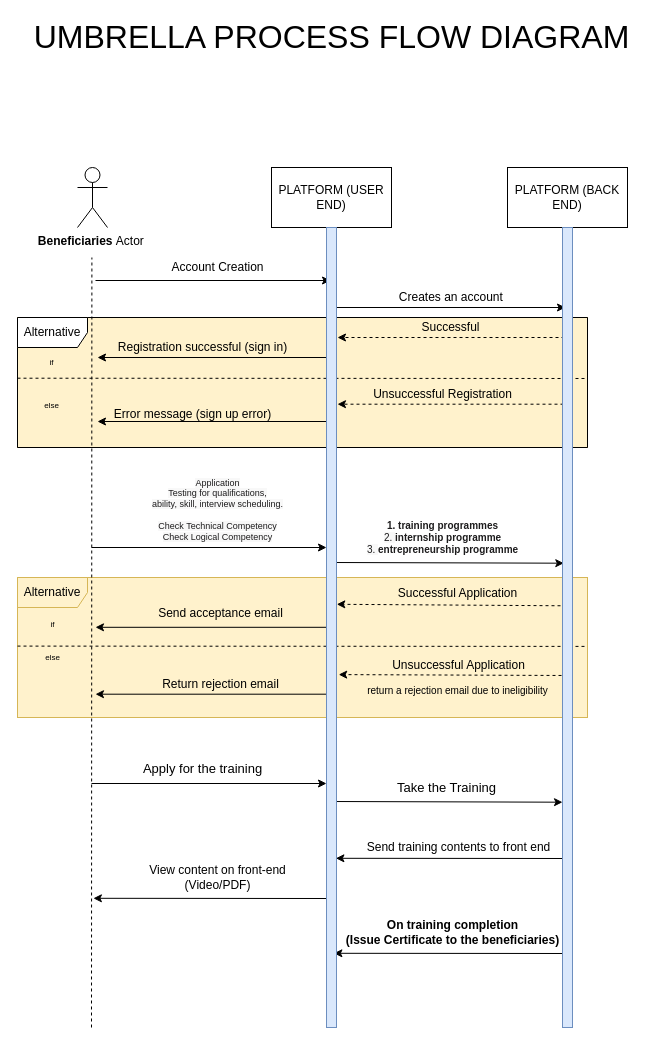
solomonmarvel97/umbrellacollab-front-end keeps this draw.io diagram as sequence_diagram.drawio. Above is the earlier version. Source tidied: cells renumbered, new cells numbered last; positions are measured from the earlier drawing's top-left corner, leaving out a move shared by most shapes. Both pictures are drawn from the tidied source at 100%, with x=0, y=0 at pixel (17, 17).
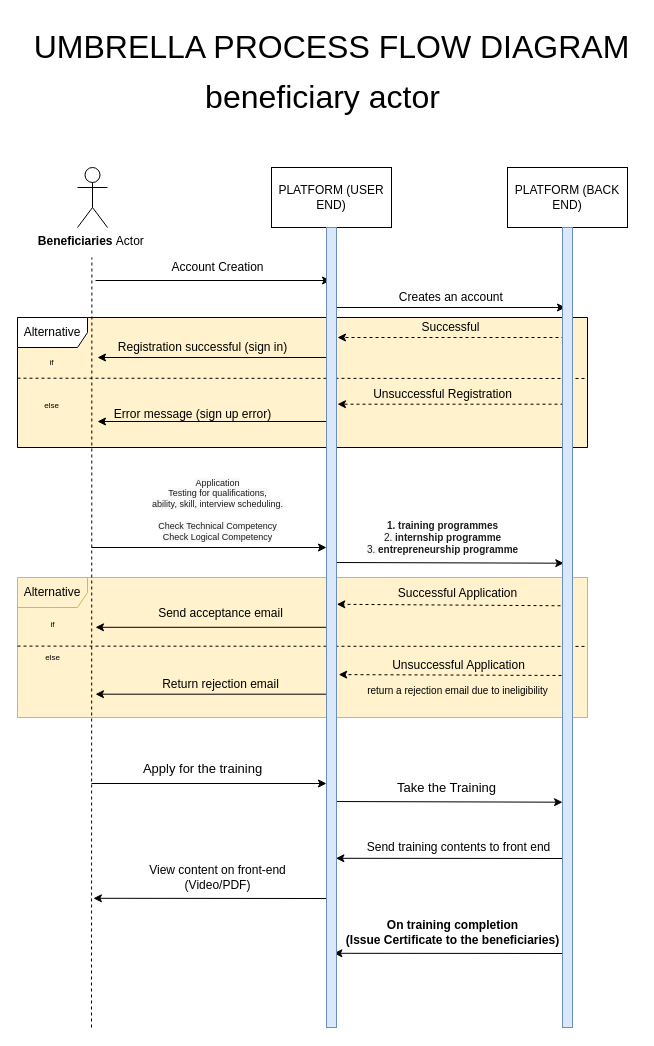
The same page after the edit.

Commit message (it also covers changes not shown here):
added use case diagram

What changed in the source:
```diff
@@
     <mxCell id="39" value="UMBRELLA PROCESS FLOW DIAGRAM" style="text;html=1;align=center;verticalAlign=middle;fontSize=32;" parent="1" vertex="1">
-      <mxGeometry x="9" width="610" height="40" as="geometry" />
+      <mxGeometry x="9" y="10" width="610" height="40" as="geometry" />
     </mxCell>
@@
+    <mxCell id="56" value="beneficiary actor" style="text;html=1;align=center;verticalAlign=middle;fontSize=32;" parent="1" vertex="1">
+      <mxGeometry x="180" y="60" width="250" height="40" as="geometry" />
+    </mxCell>
```
